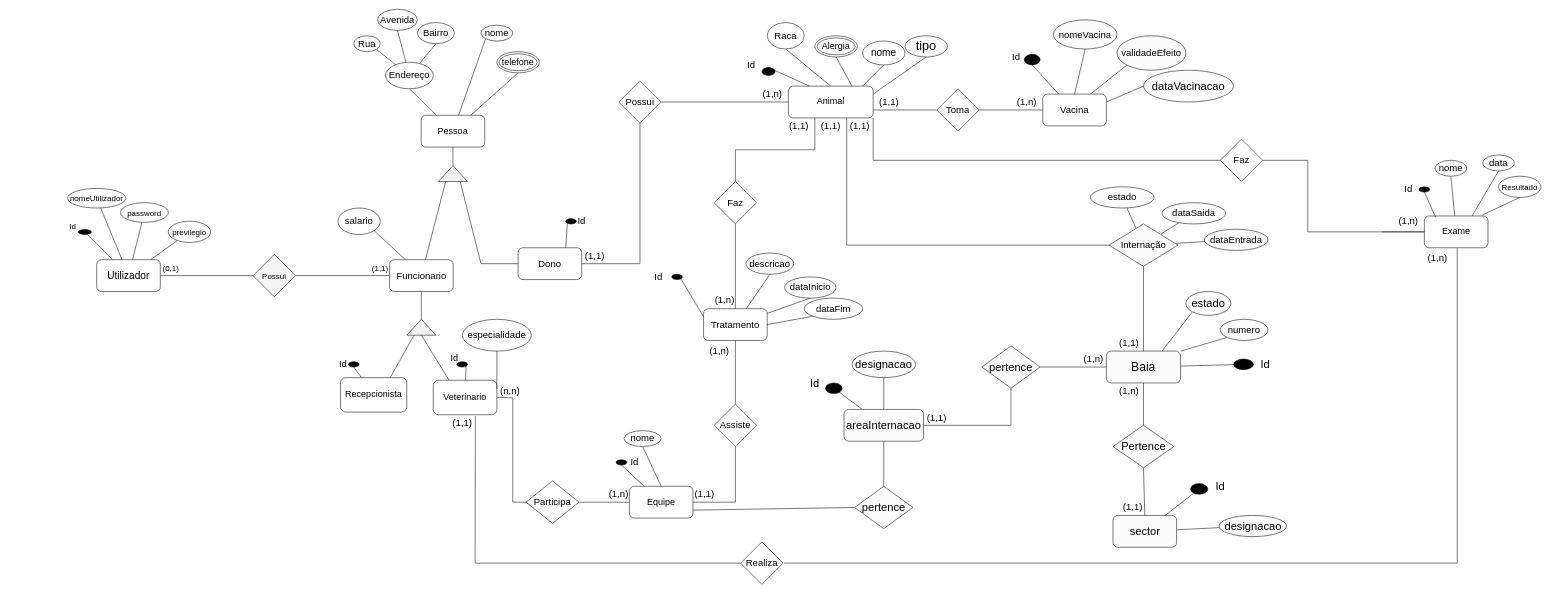
Above: page "MER" (1 of 8) of modelagem_banco-de-dados/ClinicaVeterianaria.drawio in JeanJacquesNS/clinica-veterinaria (draw.io), before the change. Source tidied: cells renumbered, new cells numbered last; positions are measured from the earlier drawing's top-left corner, leaving out a move shared by most shapes. Both pictures are drawn from the tidied source at 53%, with x=0, y=0 at pixel (57, 9).
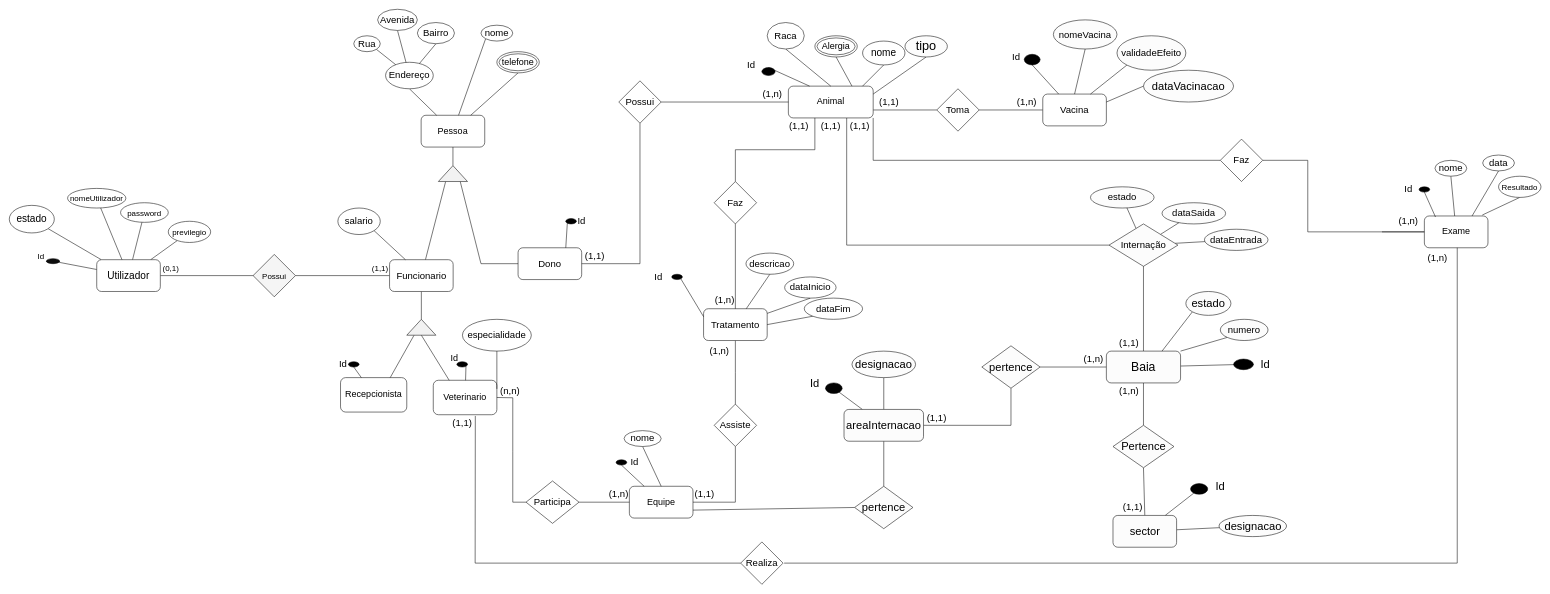
The same page after the edit.

Unchanged cells that the change refers to:
```xml
<mxCell id="175" value="Utilizador" style="rounded=1;whiteSpace=wrap;html=1;fontSize=19;" parent="1" vertex="1">
  <mxGeometry x="75" y="472.5" width="120" height="60" as="geometry" />
</mxCell>
```

Diff of the diagram source:
```diff
@@
+    <mxCell id="185" style="rounded=0;jettySize=auto;html=1;endArrow=none;endFill=0;" parent="1" edge="1" source="175" target="186">
+      <mxGeometry relative="1" as="geometry" />
+    </mxCell>
@@
     <mxCell id="179" style="ellipse;whiteSpace=wrap;html=1;fontSize=19;rounded=1;fillColor=#0D0D0D;" parent="1" vertex="1">
-      <mxGeometry x="40" y="415.5" width="25" height="9.5" as="geometry" />
+      <mxGeometry x="-20" y="470.5" width="25" height="9.5" as="geometry" />
     </mxCell>
     <mxCell id="180" value="Id" style="text;html=1;strokeColor=none;fillColor=none;align=center;verticalAlign=middle;whiteSpace=wrap;rounded=0;fontSize=15;" parent="1" vertex="1">
-      <mxGeometry y="395" width="60" height="30" as="geometry" />
+      <mxGeometry x="-60" y="450" width="60" height="30" as="geometry" />
     </mxCell>
@@
+    <mxCell id="186" value="estado" style="ellipse;whiteSpace=wrap;html=1;fontSize=19;rounded=1;" parent="1" vertex="1">
+      <mxGeometry x="-90" y="370" width="85" height="52" as="geometry" />
+    </mxCell>
```
